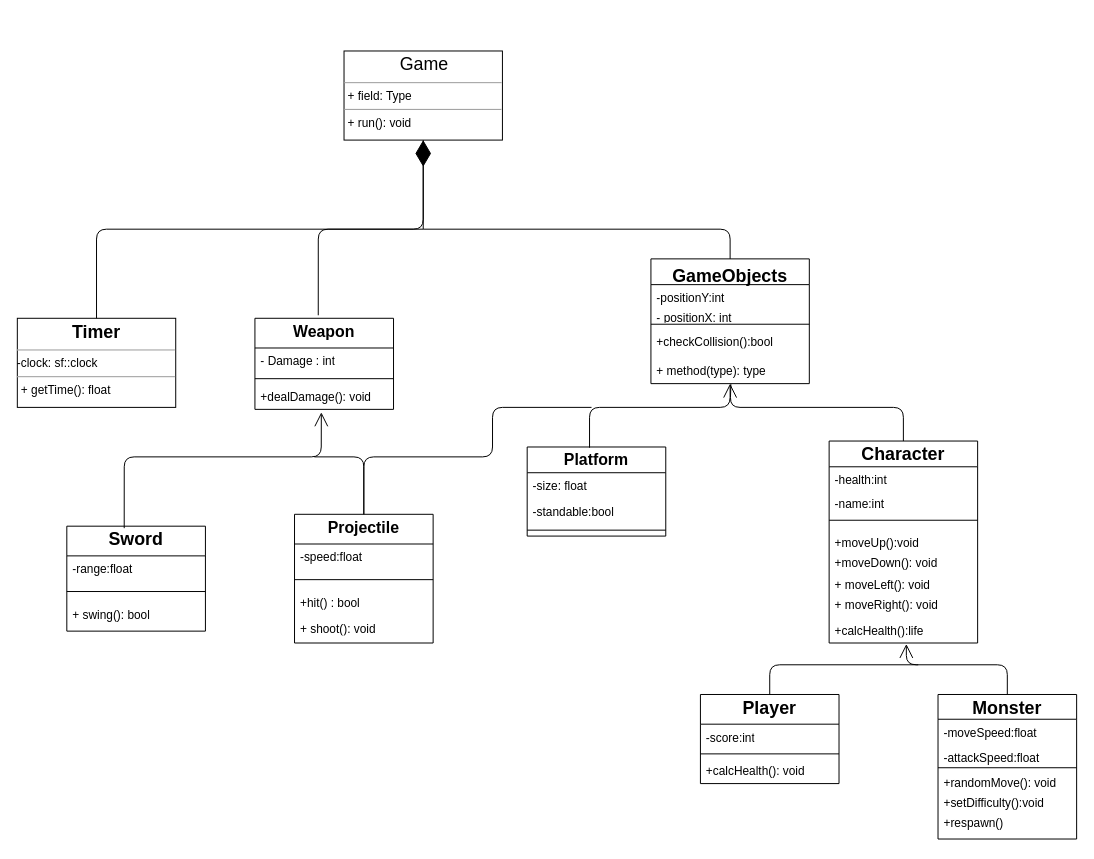
Above: classDiagram.drawio in Gabe-Hog/platformer-game (draw.io), before the change. Source tidied: cells renumbered, new cells numbered last; positions are measured from the earlier drawing's top-left corner, leaving out a move shared by most shapes. Both pictures are drawn from the tidied source at 99%, with x=0, y=0 at pixel (17, 50).
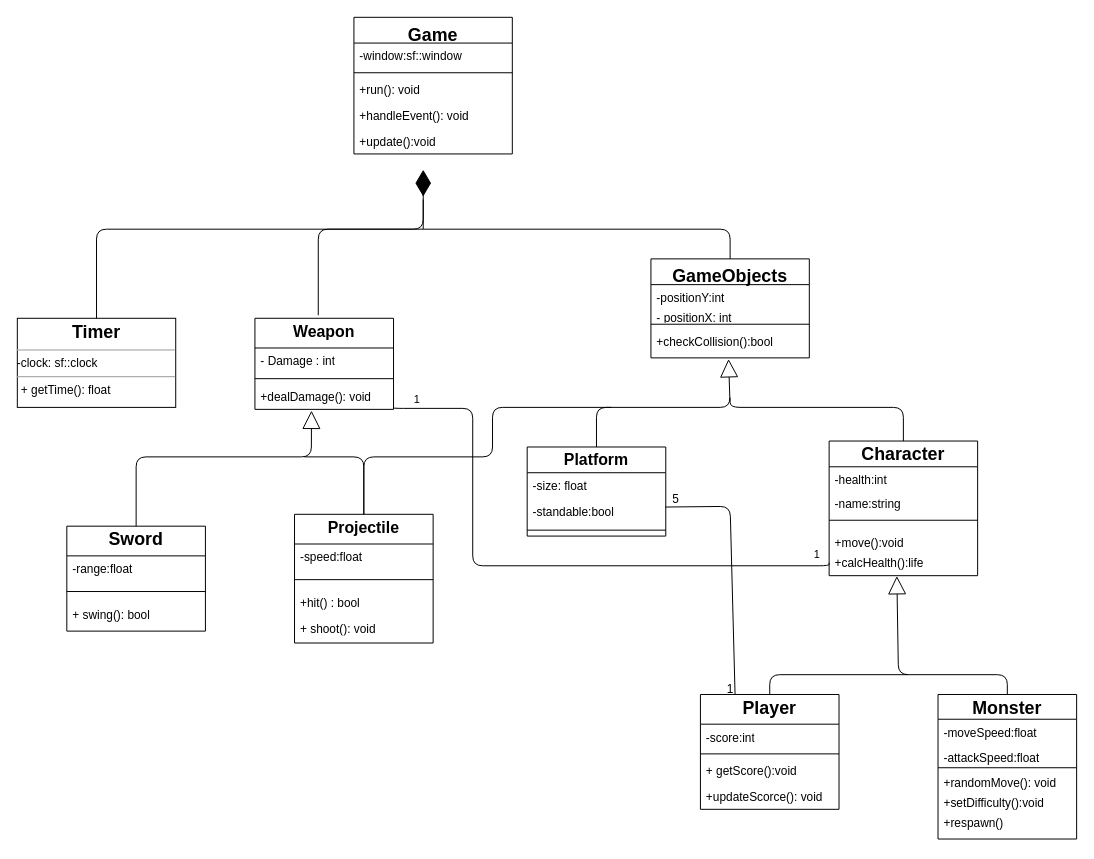
The same page after the edit.

The change refers to these unchanged cells:
```xml
<mxCell id="2" value="&lt;p style=&quot;margin:0px;margin-top:4px;text-align:center;&quot;&gt;&lt;b style=&quot;background-color: initial;&quot;&gt;&lt;font size=&quot;3&quot;&gt;Platform&lt;/font&gt;&lt;/b&gt;&lt;/p&gt;" style="verticalAlign=top;align=center;overflow=fill;html=1;whiteSpace=wrap;shape=swimlane;fontStyle=1;startSize=26;horizontal=1;" parent="1" vertex="1">
  <mxGeometry x="515" y="400" width="140" height="90" as="geometry" />
</mxCell>
<mxCell id="4" value="-standable:bool" style="text;strokeColor=none;fillColor=none;align=left;verticalAlign=top;spacingLeft=4;spacingRight=4;overflow=hidden;points=[[0,0.5],[1,0.5]];portConstraint=eastwest;whiteSpace=wrap;html=1;" parent="2" vertex="1">
  <mxGeometry y="52" width="140" height="26" as="geometry" />
</mxCell>
<mxCell id="20" value="&lt;p style=&quot;margin:0px;margin-top:4px;text-align:center;&quot;&gt;&lt;b style=&quot;background-color: initial;&quot;&gt;&lt;font style=&quot;font-size: 18px;&quot;&gt;Monster&lt;/font&gt;&lt;/b&gt;&lt;/p&gt;" style="verticalAlign=top;align=center;overflow=fill;html=1;whiteSpace=wrap;shape=swimlane;fontStyle=1;startSize=25;horizontal=1;" parent="1" vertex="1">
  <mxGeometry x="930" y="650" width="140" height="146" as="geometry" />
</mxCell>
<mxCell id="27" value="&lt;p style=&quot;margin:0px;margin-top:4px;text-align:center;&quot;&gt;&lt;b style=&quot;background-color: initial;&quot;&gt;&lt;font size=&quot;3&quot;&gt;Weapon&lt;/font&gt;&lt;/b&gt;&lt;/p&gt;" style="verticalAlign=top;align=center;overflow=fill;html=1;whiteSpace=wrap;shape=swimlane;fontStyle=1;startSize=30;horizontal=1;" parent="1" vertex="1">
  <mxGeometry x="240" y="270" width="140" height="92" as="geometry" />
</mxCell>
<mxCell id="30" value="+dealDamage(): void" style="text;strokeColor=none;fillColor=none;align=left;verticalAlign=top;spacingLeft=4;spacingRight=4;overflow=hidden;points=[[0,0.5],[1,0.5]];portConstraint=eastwest;whiteSpace=wrap;html=1;" parent="27" vertex="1">
  <mxGeometry y="66" width="140" height="26" as="geometry" />
</mxCell>
<mxCell id="31" value="&lt;p style=&quot;margin:0px;margin-top:4px;text-align:center;&quot;&gt;&lt;span style=&quot;font-size: 18px;&quot;&gt;Sword&lt;/span&gt;&lt;/p&gt;&lt;p style=&quot;margin:0px;margin-top:4px;text-align:center;&quot;&gt;&lt;b&gt;&lt;font size=&quot;3&quot;&gt;Sword&lt;/font&gt;&lt;/b&gt;&lt;/p&gt;&lt;p style=&quot;margin:0px;margin-top:4px;text-align:center;&quot;&gt;&lt;b&gt;&lt;br&gt;&lt;/b&gt;&lt;/p&gt;" style="verticalAlign=top;align=center;overflow=fill;html=1;whiteSpace=wrap;shape=swimlane;fontStyle=1;startSize=30;horizontal=1;" parent="1" vertex="1">
  <mxGeometry x="50" y="480" width="140" height="106" as="geometry" />
</mxCell>
<mxCell id="35" value="&lt;p style=&quot;margin:0px;margin-top:4px;text-align:center;&quot;&gt;&lt;span style=&quot;background-color: initial; font-size: medium;&quot;&gt;Projectile&lt;/span&gt;&lt;/p&gt;" style="verticalAlign=top;align=center;overflow=fill;html=1;whiteSpace=wrap;shape=swimlane;fontStyle=1;startSize=30;horizontal=1;" parent="1" vertex="1">
  <mxGeometry x="280" y="468" width="140" height="130" as="geometry" />
</mxCell>
<mxCell id="46" value="+checkCollision():bool" style="text;strokeColor=none;fillColor=none;align=left;verticalAlign=top;spacingLeft=4;spacingRight=4;overflow=hidden;points=[[0,0.5],[1,0.5]];portConstraint=eastwest;whiteSpace=wrap;html=1;" parent="42" vertex="1">
  <mxGeometry y="70" width="160" height="30" as="geometry" />
</mxCell>
```

What changed in the source:
```diff
@@
     <mxCell id="6" value="&lt;p style=&quot;margin:0px;margin-top:4px;text-align:center;&quot;&gt;&lt;b style=&quot;background-color: initial;&quot;&gt;&lt;font style=&quot;font-size: 18px;&quot;&gt;Character&lt;/font&gt;&lt;/b&gt;&lt;/p&gt;" style="verticalAlign=top;align=center;overflow=fill;html=1;whiteSpace=wrap;shape=swimlane;fontStyle=1;startSize=26;horizontal=1;" parent="1" vertex="1">
-      <mxGeometry x="820" y="394" width="150" height="204" as="geometry" />
+      <mxGeometry x="820" y="394" width="150" height="136" as="geometry" />
     </mxCell>
@@
-    <mxCell id="8" value="-name:int" style="text;strokeColor=none;fillColor=none;align=left;verticalAlign=top;spacingLeft=4;spacingRight=4;overflow=hidden;whiteSpace=wrap;html=1;" parent="6" vertex="1">
+    <mxCell id="8" value="-name:string" style="text;strokeColor=none;fillColor=none;align=left;verticalAlign=top;spacingLeft=4;spacingRight=4;overflow=hidden;whiteSpace=wrap;html=1;" parent="6" vertex="1">
       <mxGeometry y="50" width="150" height="20" as="geometry" />
     </mxCell>
@@
-    <mxCell id="10" value="+moveUp():void" style="text;strokeColor=none;fillColor=none;align=left;verticalAlign=top;spacingLeft=4;spacingRight=4;overflow=hidden;whiteSpace=wrap;html=1;" parent="6" vertex="1">
+    <mxCell id="10" value="+move():void" style="text;strokeColor=none;fillColor=none;align=left;verticalAlign=top;spacingLeft=4;spacingRight=4;overflow=hidden;whiteSpace=wrap;html=1;" parent="6" vertex="1">
       <mxGeometry y="90" width="150" height="20" as="geometry" />
     </mxCell>
-    <mxCell id="11" value="+moveDown(): void" style="text;strokeColor=none;fillColor=none;align=left;verticalAlign=top;spacingLeft=4;spacingRight=4;overflow=hidden;whiteSpace=wrap;html=1;" parent="6" vertex="1">
-      <mxGeometry y="110" width="150" height="22" as="geometry" />
-    </mxCell>
-    <mxCell id="12" value="+ moveLeft(): void" style="text;strokeColor=none;fillColor=none;align=left;verticalAlign=top;spacingLeft=4;spacingRight=4;overflow=hidden;whiteSpace=wrap;html=1;" parent="6" vertex="1">
-      <mxGeometry y="132" width="150" height="20" as="geometry" />
-    </mxCell>
-    <mxCell id="13" value="+ moveRight(): void" style="text;strokeColor=none;fillColor=none;align=left;verticalAlign=top;spacingLeft=4;spacingRight=4;overflow=hidden;whiteSpace=wrap;html=1;" parent="6" vertex="1">
-      <mxGeometry y="152" width="150" height="26" as="geometry" />
-    </mxCell>
     <mxCell id="14" value="+calcHealth():life" style="text;strokeColor=none;fillColor=none;align=left;verticalAlign=top;spacingLeft=4;spacingRight=4;overflow=hidden;points=[[0,0.5],[1,0.5]];portConstraint=eastwest;whiteSpace=wrap;html=1;" parent="6" vertex="1">
-      <mxGeometry y="178" width="150" height="26" as="geometry" />
+      <mxGeometry y="110" width="150" height="26" as="geometry" />
     </mxCell>
     <mxCell id="15" value="&lt;p style=&quot;margin:0px;margin-top:4px;text-align:center;&quot;&gt;&lt;b style=&quot;background-color: initial;&quot;&gt;&lt;font style=&quot;font-size: 18px;&quot;&gt;Player&lt;/font&gt;&lt;/b&gt;&lt;/p&gt;" style="verticalAlign=top;align=center;overflow=fill;html=1;whiteSpace=wrap;shape=swimlane;fontStyle=1;startSize=30;horizontal=1;" parent="1" vertex="1">
-      <mxGeometry x="690" y="650" width="140" height="90" as="geometry" />
+      <mxGeometry x="690" y="650" width="140" height="116" as="geometry" />
     </mxCell>
@@
+    <mxCell id="59" value="+ getScore():void" style="text;strokeColor=none;fillColor=none;align=left;verticalAlign=top;spacingLeft=4;spacingRight=4;overflow=hidden;" parent="15" vertex="1">
+      <mxGeometry y="64" width="140" height="26" as="geometry" />
+    </mxCell>
     <mxCell id="18" style="line;strokeWidth=1;fillColor=none;align=left;verticalAlign=middle;spacingTop=-1;spacingLeft=3;spacingRight=3;labelPosition=right;strokeColor=inherit;" parent="15" vertex="1">
-      <mxGeometry y="64" width="140" as="geometry" />
+      <mxGeometry y="90" width="140" as="geometry" />
     </mxCell>
-    <mxCell id="19" value="+calcHealth(): void" style="text;strokeColor=none;fillColor=none;align=left;verticalAlign=top;spacingLeft=4;spacingRight=4;overflow=hidden;whiteSpace=wrap;html=1;" parent="15" vertex="1">
-      <mxGeometry y="64" width="140" height="26" as="geometry" />
-    </mxCell>
+    <mxCell id="60" value="+updateScorce(): void" style="text;strokeColor=none;fillColor=none;align=left;verticalAlign=top;spacingLeft=4;spacingRight=4;overflow=hidden;" parent="15" vertex="1">
+      <mxGeometry y="90" width="140" height="26" as="geometry" />
+    </mxCell>
@@
-    <mxCell id="40" value="&lt;p style=&quot;margin:0px;margin-top:4px;text-align:center;&quot;&gt;&lt;/p&gt;&lt;span style=&quot;white-space: pre;&quot;&gt;&#9;&lt;/span&gt;&lt;span style=&quot;white-space: pre;&quot;&gt;&#9;&lt;/span&gt;&amp;nbsp;&lt;font style=&quot;font-size: 18px;&quot;&gt;Game&lt;/font&gt;&lt;hr size=&quot;1&quot;&gt;&lt;p style=&quot;margin:0px;margin-left:4px;&quot;&gt;+ field: Type&lt;/p&gt;&lt;hr size=&quot;1&quot;&gt;&lt;p style=&quot;margin:0px;margin-left:4px;&quot;&gt;+ run(): void&lt;/p&gt;" style="verticalAlign=top;align=left;overflow=fill;fontSize=12;fontFamily=Helvetica;html=1;" parent="1" vertex="1">
-      <mxGeometry x="330" width="160" height="90" as="geometry" />
-    </mxCell>
@@
     <mxCell id="42" value="GameObjects" style="swimlane;fontStyle=1;align=center;verticalAlign=top;horizontal=1;startSize=26;fontSize=18;" parent="1" vertex="1">
-      <mxGeometry x="640" y="210" width="160" height="126" as="geometry" />
+      <mxGeometry x="640" y="210" width="160" height="100" as="geometry" />
     </mxCell>
@@
-    <mxCell id="47" value="+ method(type): type" style="text;strokeColor=none;fillColor=none;align=left;verticalAlign=top;spacingLeft=4;spacingRight=4;overflow=hidden;points=[[0,0.5],[1,0.5]];portConstraint=eastwest;fontSize=12;" parent="42" vertex="1">
-      <mxGeometry y="100" width="160" height="26" as="geometry" />
-    </mxCell>
-    <mxCell id="48" style="endArrow=diamondThin;endFill=1;endSize=24;html=1;fontSize=12;entryX=0.5;entryY=1;entryDx=0;entryDy=0;" parent="1" edge="1" target="40">
+    <mxCell id="48" style="endArrow=diamondThin;endFill=1;endSize=24;html=1;fontSize=12;" parent="1" edge="1">
       <mxGeometry relative="1" as="geometry">
         <mxPoint x="410" y="180" as="sourcePoint" />
+        <mxPoint x="410" y="120" as="targetPoint" />
+        <Array as="points">
+          <mxPoint x="410" y="130" />
+        </Array>
       </mxGeometry>
     </mxCell>
-    <mxCell id="49" style="endArrow=none;html=1;fontSize=12;exitX=0.457;exitY=-0.033;exitDx=0;exitDy=0;exitPerimeter=0;entryX=0.5;entryY=1;entryDx=0;entryDy=0;" parent="1" edge="1" source="27" target="40">
+    <mxCell id="49" style="endArrow=none;html=1;fontSize=12;exitX=0.457;exitY=-0.033;exitDx=0;exitDy=0;exitPerimeter=0;" parent="1" edge="1" source="27">
       <mxGeometry relative="1" as="geometry">
+        <mxPoint x="410" y="150" as="targetPoint" />
         <Array as="points">
           <mxPoint x="304" y="180" />
           <mxPoint x="410" y="180" />
         </Array>
       </mxGeometry>
     </mxCell>
@@
-    <mxCell id="52" style="endArrow=open;endFill=1;endSize=12;html=1;fontSize=12;entryX=0.479;entryY=1.115;entryDx=0;entryDy=0;entryPerimeter=0;exitX=0.414;exitY=0.019;exitDx=0;exitDy=0;exitPerimeter=0;" parent="1" edge="1" source="31" target="30">
-      <mxGeometry relative="1" as="geometry">
-        <Array as="points">
-          <mxPoint x="108" y="410" />
-          <mxPoint x="307" y="410" />
-        </Array>
-      </mxGeometry>
-    </mxCell>
-    <mxCell id="53" style="endArrow=none;html=1;fontSize=12;exitX=0.5;exitY=0;exitDx=0;exitDy=0;" parent="1" edge="1" source="35">
-      <mxGeometry relative="1" as="geometry">
-        <mxPoint x="300" y="410" as="targetPoint" />
-        <Array as="points">
-          <mxPoint x="350" y="410" />
-        </Array>
-      </mxGeometry>
-    </mxCell>
-    <mxCell id="54" style="endArrow=open;endFill=1;endSize=12;html=1;fontSize=12;entryX=0.5;entryY=1;entryDx=0;entryDy=0;entryPerimeter=0;exitX=0.45;exitY=0.008;exitDx=0;exitDy=0;exitPerimeter=0;" parent="1" edge="1" source="2" target="47">
-      <mxGeometry relative="1" as="geometry">
-        <Array as="points">
-          <mxPoint x="578" y="360" />
-          <mxPoint x="720" y="360" />
-        </Array>
-      </mxGeometry>
-    </mxCell>
     <mxCell id="55" style="endArrow=none;html=1;fontSize=12;exitX=0.5;exitY=0;exitDx=0;exitDy=0;" parent="1" edge="1" source="35">
       <mxGeometry relative="1" as="geometry">
-        <mxPoint x="580" y="360" as="targetPoint" />
+        <mxPoint x="600" y="360" as="targetPoint" />
         <Array as="points">
           <mxPoint x="350" y="410" />
           <mxPoint x="480" y="410" />
           <mxPoint x="480" y="360" />
         </Array>
       </mxGeometry>
     </mxCell>
-    <mxCell id="56" style="endArrow=none;html=1;fontSize=12;exitX=0.5;exitY=0;exitDx=0;exitDy=0;entryX=0.505;entryY=1.025;entryDx=0;entryDy=0;entryPerimeter=0;" parent="1" edge="1" source="6" target="47">
+    <mxCell id="56" style="endArrow=none;html=1;fontSize=12;exitX=0.5;exitY=0;exitDx=0;exitDy=0;" parent="1" edge="1" source="6">
       <mxGeometry relative="1" as="geometry">
+        <mxPoint x="720" y="350" as="targetPoint" />
         <Array as="points">
           <mxPoint x="895" y="360" />
           <mxPoint x="720" y="360" />
         </Array>
       </mxGeometry>
     </mxCell>
     <mxCell id="57" style="endArrow=none;html=1;fontSize=12;entryX=0.5;entryY=0;entryDx=0;entryDy=0;" parent="1" edge="1" target="15">
       <mxGeometry relative="1" as="geometry">
-        <mxPoint x="910" y="620" as="sourcePoint" />
+        <mxPoint x="900" y="630" as="sourcePoint" />
         <Array as="points">
-          <mxPoint x="760" y="620" />
+          <mxPoint x="760" y="630" />
         </Array>
       </mxGeometry>
     </mxCell>
-    <mxCell id="58" style="endArrow=open;endFill=1;endSize=12;html=1;fontSize=12;entryX=0.52;entryY=1.038;entryDx=0;entryDy=0;entryPerimeter=0;exitX=0.5;exitY=0;exitDx=0;exitDy=0;" parent="1" edge="1" source="20" target="14">
-      <mxGeometry relative="1" as="geometry">
+    <mxCell id="58" style="endArrow=block;endSize=16;endFill=0;html=1;entryX=0.456;entryY=1.013;entryDx=0;entryDy=0;entryPerimeter=0;exitX=0.5;exitY=0;exitDx=0;exitDy=0;" parent="1" edge="1" source="20" target="14">
+      <mxGeometry x="-0.12" relative="1" as="geometry">
         <Array as="points">
-          <mxPoint x="1000" y="620" />
-          <mxPoint x="898" y="620" />
+          <mxPoint x="1000" y="630" />
+          <mxPoint x="890" y="630" />
         </Array>
       </mxGeometry>
     </mxCell>
+    <mxCell id="61" style="endArrow=block;endSize=16;endFill=0;html=1;entryX=0.49;entryY=1.039;entryDx=0;entryDy=0;entryPerimeter=0;exitX=0.5;exitY=0;exitDx=0;exitDy=0;" parent="1" edge="1" source="2" target="46">
+      <mxGeometry relative="1" as="geometry">
+        <Array as="points">
+          <mxPoint x="585" y="360" />
+          <mxPoint x="720" y="360" />
+        </Array>
+      </mxGeometry>
+    </mxCell>
+    <mxCell id="52" style="endArrow=block;endSize=16;endFill=0;html=1;entryX=0.408;entryY=1.049;entryDx=0;entryDy=0;entryPerimeter=0;exitX=0.5;exitY=0;exitDx=0;exitDy=0;" parent="1" edge="1" source="31" target="30">
+      <mxGeometry relative="1" as="geometry">
+        <Array as="points">
+          <mxPoint x="120" y="410" />
+          <mxPoint x="297" y="410" />
+        </Array>
+      </mxGeometry>
+    </mxCell>
+    <mxCell id="62" style="endArrow=none;html=1;edgeStyle=orthogonalEdgeStyle;entryX=0;entryY=0.5;entryDx=0;entryDy=0;" parent="1" edge="1" target="14">
+      <mxGeometry relative="1" as="geometry">
+        <mxPoint x="380" y="360" as="sourcePoint" />
+        <Array as="points">
+          <mxPoint x="380" y="361" />
+          <mxPoint x="460" y="361" />
+          <mxPoint x="460" y="520" />
+          <mxPoint x="820" y="520" />
+        </Array>
+      </mxGeometry>
+    </mxCell>
+    <mxCell id="63" value="1" style="edgeLabel;html=1;align=left;verticalAlign=bottom;" parent="62" vertex="1">
+      <mxGeometry x="-1" relative="1" as="geometry">
+        <mxPoint x="19" as="offset" />
+      </mxGeometry>
+    </mxCell>
+    <mxCell id="64" value="1" style="edgeLabel;html=1;align=right;verticalAlign=bottom;" parent="62" vertex="1">
+      <mxGeometry x="1" relative="1" as="geometry">
+        <mxPoint x="-9" as="offset" />
+      </mxGeometry>
+    </mxCell>
+    <mxCell id="65" style="endArrow=none;html=1;entryX=0.25;entryY=0;entryDx=0;entryDy=0;exitX=0.998;exitY=0.333;exitDx=0;exitDy=0;exitPerimeter=0;" parent="1" edge="1" source="4" target="15">
+      <mxGeometry relative="1" as="geometry">
+        <Array as="points">
+          <mxPoint x="720" y="460" />
+        </Array>
+      </mxGeometry>
+    </mxCell>
+    <mxCell id="66" value="5" style="text;html=1;align=center;verticalAlign=middle;strokeColor=none;fillColor=none;" parent="1" vertex="1">
+      <mxGeometry x="650" y="438" width="30" height="30" as="geometry" />
+    </mxCell>
+    <mxCell id="67" value="1" style="text;html=1;align=center;verticalAlign=middle;strokeColor=none;fillColor=none;" parent="1" vertex="1">
+      <mxGeometry x="705" y="630" width="30" height="30" as="geometry" />
+    </mxCell>
+    <mxCell id="68" style="endArrow=none;html=1;entryX=0.5;entryY=0;entryDx=0;entryDy=0;" parent="1" edge="1" target="35">
+      <mxGeometry relative="1" as="geometry">
+        <mxPoint x="290" y="410" as="sourcePoint" />
+        <Array as="points">
+          <mxPoint x="350" y="410" />
+        </Array>
+      </mxGeometry>
+    </mxCell>
+    <mxCell id="69" value="Game" style="swimlane;fontStyle=1;align=center;verticalAlign=top;horizontal=1;startSize=26;fontSize=18;" parent="1" vertex="1">
+      <mxGeometry x="340" y="-34" width="160" height="138" as="geometry" />
+    </mxCell>
+    <mxCell id="70" value="-window:sf::window" style="text;strokeColor=none;fillColor=none;align=left;verticalAlign=top;spacingLeft=4;spacingRight=4;overflow=hidden;" parent="69" vertex="1">
+      <mxGeometry y="26" width="160" height="26" as="geometry" />
+    </mxCell>
+    <mxCell id="71" style="line;strokeWidth=1;fillColor=none;align=left;verticalAlign=middle;spacingTop=-1;spacingLeft=3;spacingRight=3;labelPosition=right;strokeColor=inherit;" parent="69" vertex="1">
+      <mxGeometry y="52" width="160" height="8" as="geometry" />
+    </mxCell>
+    <mxCell id="72" value="+run(): void" style="text;strokeColor=none;fillColor=none;align=left;verticalAlign=top;spacingLeft=4;spacingRight=4;overflow=hidden;" parent="69" vertex="1">
+      <mxGeometry y="60" width="160" height="26" as="geometry" />
+    </mxCell>
+    <mxCell id="73" value="+handleEvent(): void" style="text;strokeColor=none;fillColor=none;align=left;verticalAlign=top;spacingLeft=4;spacingRight=4;overflow=hidden;" parent="69" vertex="1">
+      <mxGeometry y="86" width="160" height="26" as="geometry" />
+    </mxCell>
+    <mxCell id="74" value="+update():void" style="text;strokeColor=none;fillColor=none;align=left;verticalAlign=top;spacingLeft=4;spacingRight=4;overflow=hidden;" parent="69" vertex="1">
+      <mxGeometry y="112" width="160" height="26" as="geometry" />
+    </mxCell>
```
